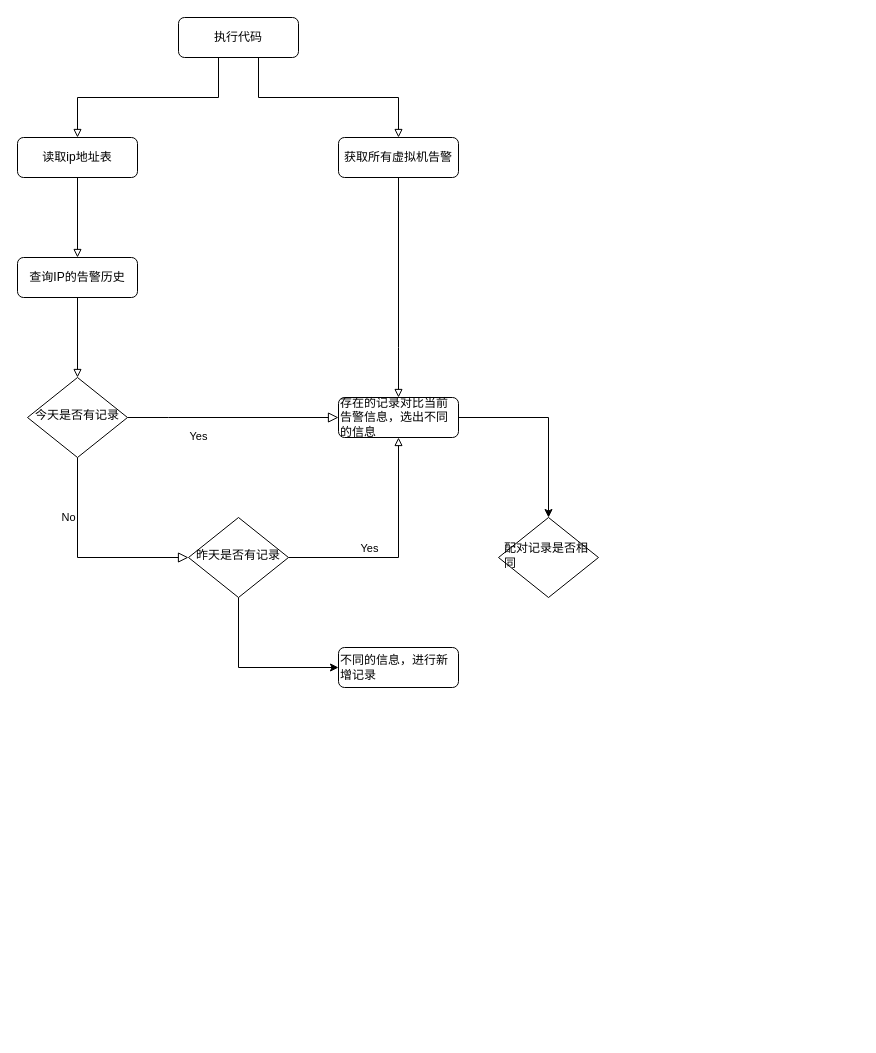
This is get_alarmStatus.drawio from wucaitian/ZongHeYunWei, a draw.io file, before an edit. Source tidied: cells renumbered, new cells numbered last; positions are measured from the earlier drawing's top-left corner, leaving out a move shared by most shapes. Both pictures are drawn from the tidied source at 100%, with x=0, y=0 at pixel (17, 17).
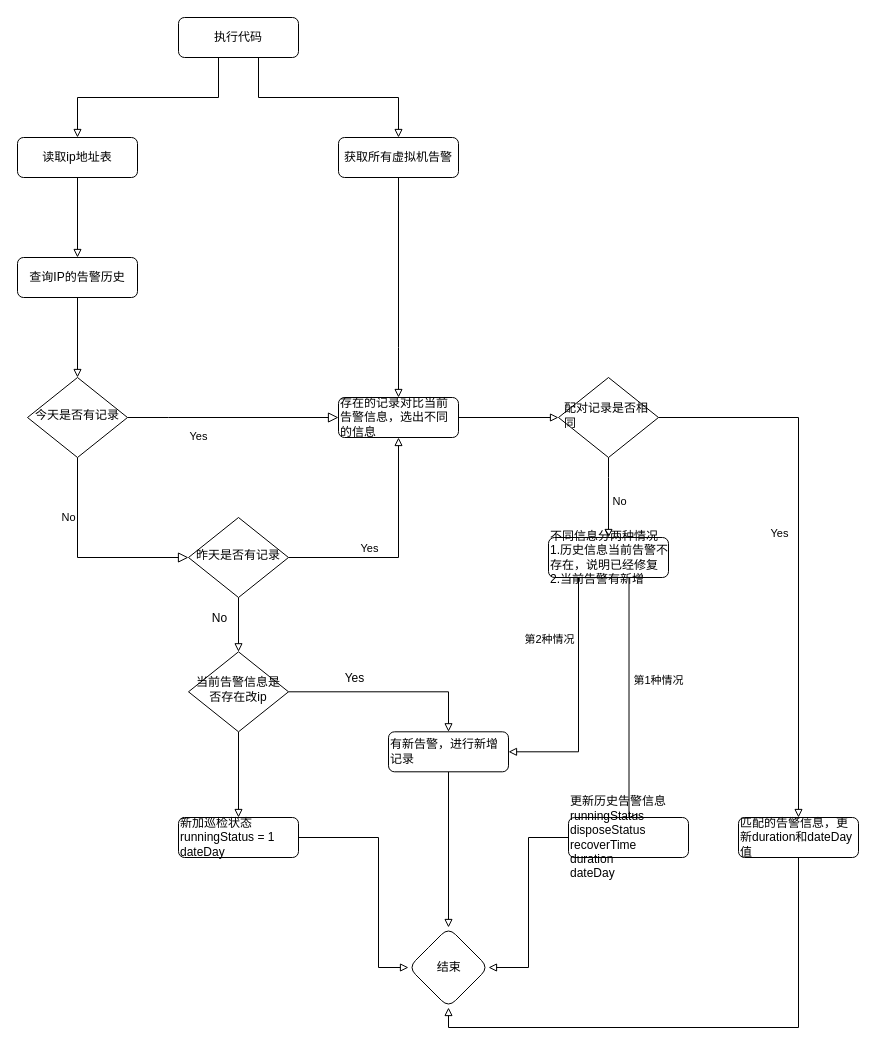
After the change.

Unchanged cells that the change refers to:
```xml
<mxCell id="17" value="昨天是否有记录" style="rhombus;whiteSpace=wrap;html=1;shadow=0;fontFamily=Helvetica;fontSize=12;align=center;strokeWidth=1;spacing=6;spacingTop=-4;" parent="1" vertex="1">
  <mxGeometry x="171" y="500" width="100" height="80" as="geometry" />
</mxCell>
<mxCell id="19" value="存在的记录对比当前告警信息，选出不同的信息" style="rounded=1;whiteSpace=wrap;html=1;fontSize=12;glass=0;strokeWidth=1;shadow=0;align=left;" parent="1" vertex="1">
  <mxGeometry x="321" y="380" width="120" height="40" as="geometry" />
</mxCell>
```

Diff of the diagram source:
```diff
@@
-    <mxCell id="16" style="edgeStyle=orthogonalEdgeStyle;rounded=0;jettySize=auto;html=1;entryX=0;entryY=0.5;entryDx=0;entryDy=0;" parent="1" edge="1" source="17" target="20">
-      <mxGeometry relative="1" as="geometry">
-        <Array as="points">
-          <mxPoint x="221" y="650" />
-        </Array>
-      </mxGeometry>
-    </mxCell>
+    <mxCell id="22" style="edgeStyle=orthogonalEdgeStyle;rounded=0;jettySize=auto;html=1;fontSize=12;endArrow=block;endFill=0;" parent="1" edge="1" source="17" target="41">
+      <mxGeometry relative="1" as="geometry" />
+    </mxCell>
+    <mxCell id="23" value="No" style="edgeLabel;html=1;align=center;verticalAlign=middle;fontSize=12;" parent="22" vertex="1">
+      <mxGeometry x="-0.45" relative="1" as="geometry">
+        <mxPoint x="-20" y="5" as="offset" />
+      </mxGeometry>
+    </mxCell>
@@
-    <mxCell id="18" style="edgeStyle=orthogonalEdgeStyle;rounded=0;jettySize=auto;html=1;entryX=0.5;entryY=0;entryDx=0;entryDy=0;" parent="1" edge="1" source="19" target="21">
+    <mxCell id="18" style="edgeStyle=orthogonalEdgeStyle;rounded=0;jettySize=auto;html=1;endArrow=block;endFill=0;" parent="1" edge="1" source="19" target="21">
       <mxGeometry relative="1" as="geometry" />
     </mxCell>
@@
+    <mxCell id="24" style="edgeStyle=orthogonalEdgeStyle;rounded=0;jettySize=auto;html=1;entryX=0.5;entryY=0;entryDx=0;entryDy=0;fontSize=12;endArrow=block;endFill=0;" parent="1" edge="1" source="20" target="44">
+      <mxGeometry relative="1" as="geometry" />
+    </mxCell>
-    <mxCell id="20" value="不同的信息，进行新增记录" style="rounded=1;whiteSpace=wrap;html=1;fontSize=12;glass=0;strokeWidth=1;shadow=0;align=left;" parent="1" vertex="1">
-      <mxGeometry x="321" y="630" width="120" height="40" as="geometry" />
+    <mxCell id="20" value="有新告警，进行新增记录" style="rounded=1;whiteSpace=wrap;html=1;fontSize=12;glass=0;strokeWidth=1;shadow=0;align=left;" parent="1" vertex="1">
+      <mxGeometry x="371" y="714.3" width="120" height="40" as="geometry" />
     </mxCell>
+    <mxCell id="25" style="edgeStyle=orthogonalEdgeStyle;rounded=0;jettySize=auto;html=1;entryX=0.5;entryY=0;entryDx=0;entryDy=0;endArrow=block;endFill=0;" parent="1" edge="1" source="21" target="35">
+      <mxGeometry relative="1" as="geometry" />
+    </mxCell>
+    <mxCell id="26" value="Yes" style="edgeLabel;html=1;align=center;verticalAlign=middle;" parent="25" vertex="1">
+      <mxGeometry x="-0.08" relative="1" as="geometry">
+        <mxPoint x="-20" y="7" as="offset" />
+      </mxGeometry>
+    </mxCell>
+    <mxCell id="27" style="edgeStyle=orthogonalEdgeStyle;rounded=0;jettySize=auto;html=1;entryX=0.5;entryY=0;entryDx=0;entryDy=0;endArrow=block;endFill=0;exitX=0.5;exitY=1;exitDx=0;exitDy=0;" parent="1" edge="1" source="21" target="33">
+      <mxGeometry relative="1" as="geometry">
+        <Array as="points">
+          <mxPoint x="591" y="460" />
+          <mxPoint x="591" y="460" />
+        </Array>
+      </mxGeometry>
+    </mxCell>
+    <mxCell id="28" value="No" style="edgeLabel;html=1;align=center;verticalAlign=middle;" parent="27" vertex="1">
+      <mxGeometry x="0.13" y="-1" relative="1" as="geometry">
+        <mxPoint x="11" y="-2" as="offset" />
+      </mxGeometry>
+    </mxCell>
     <mxCell id="21" value="配对记录是否相同" style="rhombus;whiteSpace=wrap;html=1;shadow=0;fontFamily=Helvetica;fontSize=12;align=left;strokeWidth=1;spacing=6;spacingTop=-4;" parent="1" vertex="1">
-      <mxGeometry x="481" y="500" width="100" height="80" as="geometry" />
+      <mxGeometry x="541" y="360" width="100" height="80" as="geometry" />
     </mxCell>
+    <mxCell id="29" style="edgeStyle=orthogonalEdgeStyle;rounded=0;jettySize=auto;html=1;entryX=1;entryY=0.5;entryDx=0;entryDy=0;endArrow=block;endFill=0;exitX=0.25;exitY=1;exitDx=0;exitDy=0;" parent="1" edge="1" source="33" target="20">
+      <mxGeometry relative="1" as="geometry">
+        <Array as="points">
+          <mxPoint x="561" y="734" />
+        </Array>
+      </mxGeometry>
+    </mxCell>
+    <mxCell id="30" value="第2种情况" style="edgeLabel;html=1;align=center;verticalAlign=middle;" parent="29" vertex="1">
+      <mxGeometry x="-0.5" relative="1" as="geometry">
+        <mxPoint x="-30" as="offset" />
+      </mxGeometry>
+    </mxCell>
+    <mxCell id="31" style="edgeStyle=orthogonalEdgeStyle;rounded=0;jettySize=auto;html=1;exitX=0.671;exitY=0.963;exitDx=0;exitDy=0;endArrow=block;endFill=0;exitPerimeter=0;entryX=0.5;entryY=0;entryDx=0;entryDy=0;" parent="1" edge="1" source="33" target="37">
+      <mxGeometry relative="1" as="geometry">
+        <Array as="points">
+          <mxPoint x="612" y="820" />
+          <mxPoint x="621" y="820" />
+        </Array>
+      </mxGeometry>
+    </mxCell>
+    <mxCell id="32" value="第1种情况" style="edgeLabel;html=1;align=center;verticalAlign=middle;" parent="31" vertex="1">
+      <mxGeometry x="-0.33" y="1" relative="1" as="geometry">
+        <mxPoint x="28" y="3" as="offset" />
+      </mxGeometry>
+    </mxCell>
+    <mxCell id="33" value="不同信息分两种情况&lt;br&gt;1.历史信息当前告警不存在，说明已经修复&lt;br&gt;2.当前告警有新增" style="rounded=1;whiteSpace=wrap;html=1;fontSize=12;glass=0;strokeWidth=1;shadow=0;align=left;" parent="1" vertex="1">
+      <mxGeometry x="531" y="520" width="120" height="40" as="geometry" />
+    </mxCell>
+    <mxCell id="34" style="edgeStyle=orthogonalEdgeStyle;rounded=0;jettySize=auto;html=1;entryX=0.5;entryY=1;entryDx=0;entryDy=0;fontSize=12;endArrow=block;endFill=0;" parent="1" edge="1" source="35" target="44">
+      <mxGeometry relative="1" as="geometry">
+        <Array as="points">
+          <mxPoint x="781" y="1010" />
+          <mxPoint x="431" y="1010" />
+        </Array>
+      </mxGeometry>
+    </mxCell>
+    <mxCell id="35" value="匹配的告警信息，更新duration和dateDay值" style="rounded=1;whiteSpace=wrap;html=1;fontSize=12;glass=0;strokeWidth=1;shadow=0;align=left;" parent="1" vertex="1">
+      <mxGeometry x="721" y="800" width="120" height="40" as="geometry" />
+    </mxCell>
+    <mxCell id="36" style="edgeStyle=orthogonalEdgeStyle;rounded=0;jettySize=auto;html=1;entryX=1;entryY=0.5;entryDx=0;entryDy=0;fontSize=12;endArrow=block;endFill=0;" parent="1" edge="1" source="37" target="44">
+      <mxGeometry relative="1" as="geometry" />
+    </mxCell>
+    <mxCell id="37" value="&lt;font style=&quot;font-size: 12px;&quot;&gt;更新历史告警信息runningStatus&lt;br style=&quot;font-size: 12px;&quot;&gt;disposeStatus&lt;br style=&quot;font-size: 12px;&quot;&gt;recoverTime&lt;br style=&quot;font-size: 12px;&quot;&gt;duration&lt;br style=&quot;font-size: 12px;&quot;&gt;dateDay&lt;/font&gt;" style="rounded=1;whiteSpace=wrap;html=1;fontSize=12;glass=0;strokeWidth=1;shadow=0;align=left;" parent="1" vertex="1">
+      <mxGeometry x="551" y="800" width="120" height="40" as="geometry" />
+    </mxCell>
+    <mxCell id="38" style="edgeStyle=orthogonalEdgeStyle;rounded=0;jettySize=auto;html=1;entryX=0.5;entryY=0;entryDx=0;entryDy=0;fontSize=12;endArrow=block;endFill=0;" parent="1" edge="1" source="41" target="20">
+      <mxGeometry relative="1" as="geometry" />
+    </mxCell>
+    <mxCell id="39" value="Yes" style="edgeLabel;html=1;align=center;verticalAlign=middle;fontSize=12;" parent="38" vertex="1">
+      <mxGeometry x="-0.39" y="1" relative="1" as="geometry">
+        <mxPoint x="4" y="-13" as="offset" />
+      </mxGeometry>
+    </mxCell>
+    <mxCell id="40" style="edgeStyle=orthogonalEdgeStyle;rounded=0;jettySize=auto;html=1;fontSize=12;endArrow=block;endFill=0;" parent="1" edge="1" source="41" target="43">
+      <mxGeometry relative="1" as="geometry" />
+    </mxCell>
+    <mxCell id="41" value="当前告警信息是否存在改ip" style="rhombus;whiteSpace=wrap;html=1;shadow=0;fontFamily=Helvetica;fontSize=12;align=center;strokeWidth=1;spacing=6;spacingTop=-4;" parent="1" vertex="1">
+      <mxGeometry x="171" y="634.3" width="100" height="80" as="geometry" />
+    </mxCell>
+    <mxCell id="42" style="edgeStyle=orthogonalEdgeStyle;rounded=0;jettySize=auto;html=1;fontSize=12;endArrow=block;endFill=0;" parent="1" edge="1" source="43" target="44">
+      <mxGeometry relative="1" as="geometry">
+        <Array as="points">
+          <mxPoint x="361" y="820" />
+          <mxPoint x="361" y="950" />
+        </Array>
+      </mxGeometry>
+    </mxCell>
+    <mxCell id="43" value="新加巡检状态&lt;br&gt;runningStatus = 1&lt;br&gt;dateDay" style="rounded=1;whiteSpace=wrap;html=1;fontSize=12;glass=0;strokeWidth=1;shadow=0;align=left;" parent="1" vertex="1">
+      <mxGeometry x="161" y="800" width="120" height="40" as="geometry" />
+    </mxCell>
+    <mxCell id="44" value="&amp;nbsp; &amp;nbsp; &amp;nbsp; &amp;nbsp; 结束" style="rhombus;whiteSpace=wrap;html=1;align=left;rounded=1;glass=0;strokeWidth=1;shadow=0;" parent="1" vertex="1">
+      <mxGeometry x="391" y="910" width="80" height="80" as="geometry" />
+    </mxCell>
```
